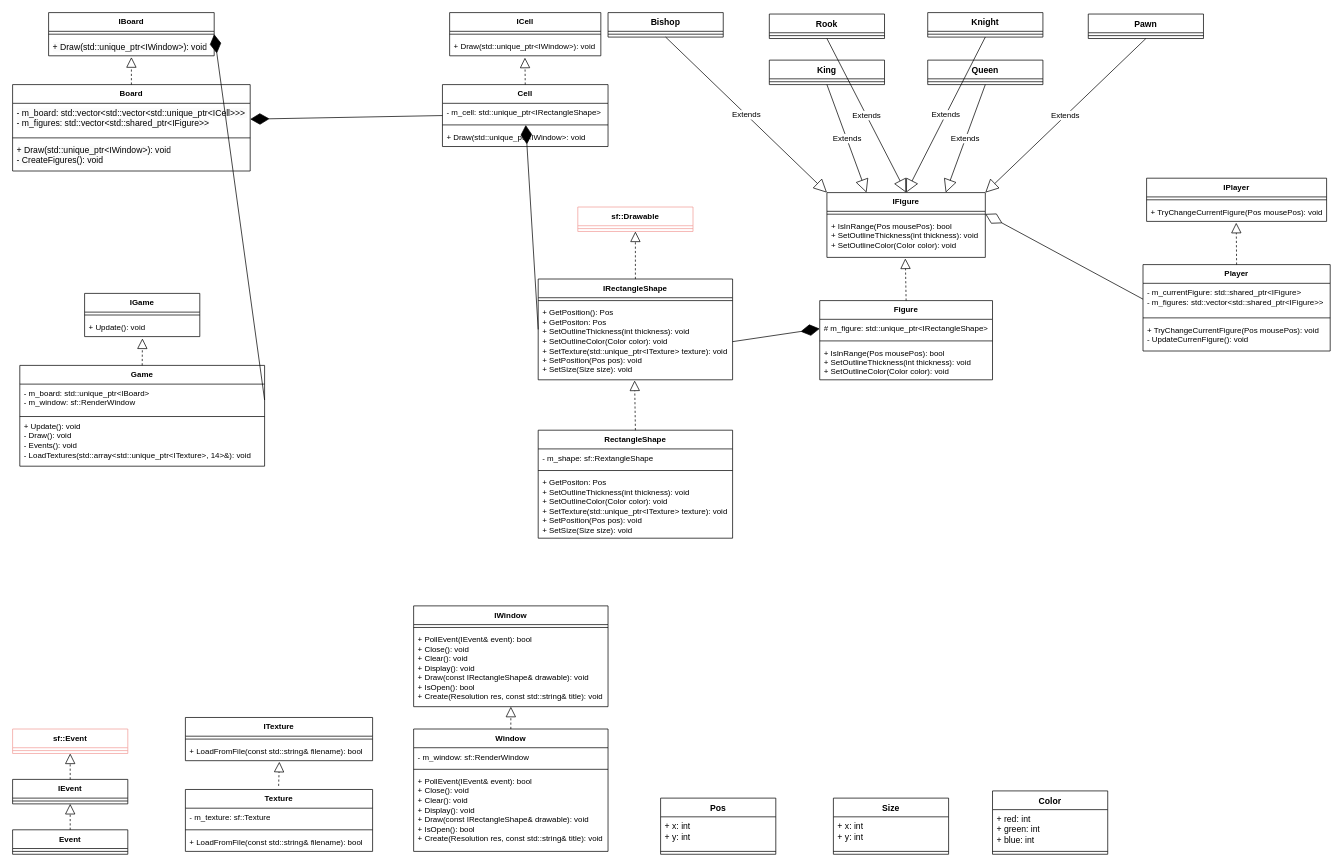
Earlier version of the draw.io diagram Chess/Diagram bez tytułu.drawio (franq200/Chess). Source tidied: cells renumbered, new cells numbered last; positions are measured from the earlier drawing's top-left corner, leaving out a move shared by most shapes. Both pictures are drawn from the tidied source at 72%, with x=0, y=0 at pixel (12, 12).
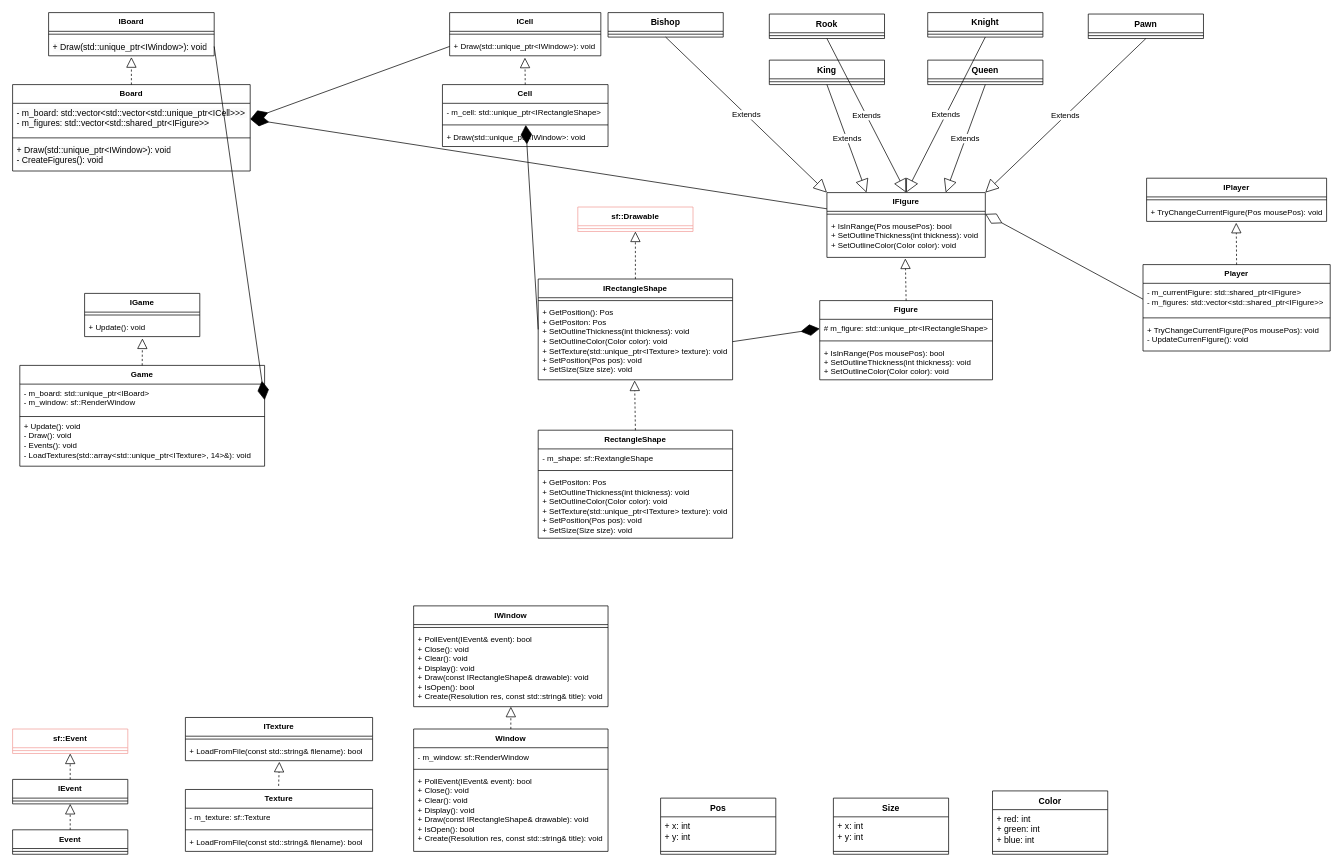
The same diagram, later.

The change refers to these unchanged cells:
```xml
<mxCell id="6" value="IFigure" style="swimlane;fontStyle=1;align=center;verticalAlign=top;horizontal=1;startSize=26;whiteSpace=wrap;html=1;fontFamily=Helvetica;fontSize=11;fontColor=default;labelBackgroundColor=default;" parent="1" vertex="1">
  <mxGeometry x="1131" y="250" width="220" height="90" as="geometry" />
</mxCell>
<mxCell id="17" value="- m_board: std::unique_ptr&amp;lt;IBoard&amp;gt;&lt;div&gt;- m_window: sf::RenderWindow&lt;br&gt;&lt;/div&gt;" style="text;strokeColor=none;fillColor=none;align=left;verticalAlign=top;spacingLeft=4;spacingRight=4;overflow=hidden;points=[[0,0.5],[1,0.5]];portConstraint=eastwest;whiteSpace=wrap;html=1;fontFamily=Helvetica;fontSize=11;fontColor=default;labelBackgroundColor=default;" parent="16" vertex="1">
  <mxGeometry y="26" width="340" height="44" as="geometry" />
</mxCell>
<mxCell id="63" value="&lt;span style=&quot;text-align: center; text-wrap: nowrap;&quot;&gt;+ Draw(std::unique_ptr&amp;lt;IWindow&amp;gt;): void&lt;/span&gt;" style="text;strokeColor=none;fillColor=none;align=left;verticalAlign=top;spacingLeft=4;spacingRight=4;overflow=hidden;points=[[0,0.5],[1,0.5]];portConstraint=eastwest;whiteSpace=wrap;html=1;fontFamily=Helvetica;fontSize=11;fontColor=default;labelBackgroundColor=default;" parent="61" vertex="1">
  <mxGeometry y="34" width="210" height="26" as="geometry" />
</mxCell>
<mxCell id="64" value="Cell" style="swimlane;fontStyle=1;align=center;verticalAlign=top;horizontal=1;startSize=26;whiteSpace=wrap;html=1;fontFamily=Helvetica;fontSize=11;fontColor=default;labelBackgroundColor=default;" parent="1" vertex="1">
  <mxGeometry x="597" y="100" width="230" height="86" as="geometry" />
</mxCell>
<mxCell id="69" value="IBoard" style="swimlane;fontStyle=1;align=center;verticalAlign=top;horizontal=1;startSize=26;whiteSpace=wrap;html=1;fontFamily=Helvetica;fontSize=11;fontColor=default;labelBackgroundColor=default;" parent="1" vertex="1">
  <mxGeometry x="50" width="230" height="60" as="geometry" />
</mxCell>
<mxCell id="71" value="&lt;span style=&quot;font-size: 12px; text-wrap: nowrap; background-color: rgb(251, 251, 251);&quot;&gt;+ Draw(std::unique_ptr&amp;lt;IWindow&amp;gt;): void&lt;/span&gt;" style="text;strokeColor=none;fillColor=none;align=left;verticalAlign=top;spacingLeft=4;spacingRight=4;overflow=hidden;points=[[0,0.5],[1,0.5]];portConstraint=eastwest;whiteSpace=wrap;html=1;fontFamily=Helvetica;fontSize=11;fontColor=default;labelBackgroundColor=default;" parent="69" vertex="1">
  <mxGeometry y="34" width="230" height="26" as="geometry" />
</mxCell>
<mxCell id="73" value="&lt;span style=&quot;font-size: 12px; text-align: center; text-wrap: nowrap; background-color: rgb(251, 251, 251);&quot;&gt;- m_board: std::vector&amp;lt;std::vector&amp;lt;std::unique_ptr&amp;lt;ICell&amp;gt;&amp;gt;&amp;gt;&amp;nbsp;&lt;/span&gt;&lt;div&gt;&lt;span style=&quot;font-size: 12px; text-align: center; text-wrap: nowrap; background-color: rgb(251, 251, 251);&quot;&gt;- m_figures: std::vector&amp;lt;std::shared_ptr&amp;lt;IFigure&amp;gt;&amp;gt;&lt;/span&gt;&lt;/div&gt;" style="text;strokeColor=none;fillColor=none;align=left;verticalAlign=top;spacingLeft=4;spacingRight=4;overflow=hidden;points=[[0,0.5],[1,0.5]];portConstraint=eastwest;whiteSpace=wrap;html=1;fontFamily=Helvetica;fontSize=11;fontColor=default;labelBackgroundColor=default;" parent="72" vertex="1">
  <mxGeometry y="26" width="330" height="44" as="geometry" />
</mxCell>
```

Change to the diagram source:
```diff
@@
-    <mxCell id="78" style="endArrow=diamondThin;endFill=1;endSize=24;html=1;rounded=0;strokeColor=default;align=center;verticalAlign=middle;fontFamily=Helvetica;fontSize=11;fontColor=default;labelBackgroundColor=default;entryX=1;entryY=0.5;entryDx=0;entryDy=0;exitX=0;exitY=0.5;exitDx=0;exitDy=0;" parent="1" edge="1" source="64" target="73">
+    <mxCell id="78" style="endArrow=diamondThin;endFill=1;endSize=24;html=1;rounded=0;strokeColor=default;align=center;verticalAlign=middle;fontFamily=Helvetica;fontSize=11;fontColor=default;labelBackgroundColor=default;entryX=1;entryY=0.5;entryDx=0;entryDy=0;exitX=0;exitY=0.5;exitDx=0;exitDy=0;" parent="1" edge="1" source="63" target="73">
       <mxGeometry relative="1" as="geometry" />
     </mxCell>
@@
-    <mxCell id="81" style="endArrow=diamondThin;endFill=1;endSize=24;html=1;rounded=0;strokeColor=default;align=center;verticalAlign=middle;fontFamily=Helvetica;fontSize=11;fontColor=default;labelBackgroundColor=default;entryX=1;entryY=0.5;entryDx=0;entryDy=0;exitX=1;exitY=0.5;exitDx=0;exitDy=0;" parent="1" edge="1" source="17" target="69">
+    <mxCell id="81" style="endArrow=diamondThin;endFill=1;endSize=24;html=1;rounded=0;strokeColor=default;align=center;verticalAlign=middle;fontFamily=Helvetica;fontSize=11;fontColor=default;labelBackgroundColor=default;exitX=1;exitY=0.5;exitDx=0;exitDy=0;entryX=1;entryY=0.5;entryDx=0;entryDy=0;" parent="1" edge="1" source="71" target="17">
       <mxGeometry relative="1" as="geometry" />
     </mxCell>
@@
+    <mxCell id="109" style="endArrow=diamondThin;endFill=1;endSize=24;html=1;rounded=0;strokeColor=default;align=center;verticalAlign=middle;fontFamily=Helvetica;fontSize=11;fontColor=default;labelBackgroundColor=default;entryX=1;entryY=0.5;entryDx=0;entryDy=0;exitX=0;exitY=0.25;exitDx=0;exitDy=0;" parent="1" edge="1" source="6" target="73">
+      <mxGeometry relative="1" as="geometry" />
+    </mxCell>
```
